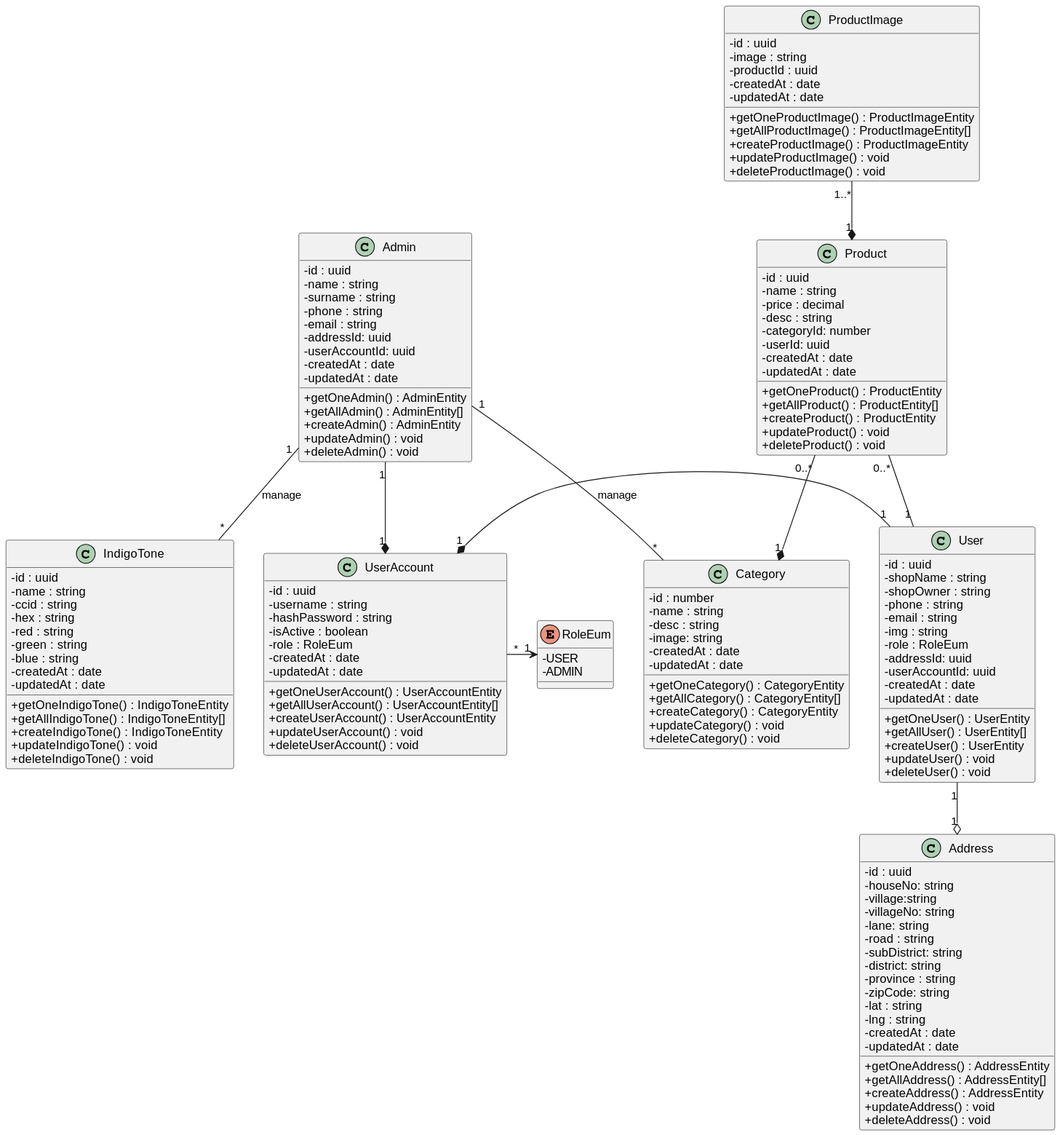
Earlier version of the PlantUML export class-diagram.svg (billowdev/quick-access-sa). The source it was exported from:
```plantuml
@startuml
!define VAR_SCALE 4
scale VAR_SCALE


skinparam classAttributeIconSize 0

class UserAccount {
    - id : uuid
    - username : string
    - hashPassword : string
    - isActive : boolean
    - role : RoleEum
    - createdAt : date
    - updatedAt : date

    + getOneUserAccount() : UserAccountEntity
    + getAllUserAccount() : UserAccountEntity[]
    + createUserAccount() : UserAccountEntity
    + updateUserAccount() : void
    + deleteUserAccount() : void
}

class Admin {
    - id : uuid
    - name : string
    - surname : string
    - phone : string
    - email : string
    - addressId: uuid
    - userAccountId: uuid
    - createdAt : date
    - updatedAt : date

    + getOneAdmin() : AdminEntity
    + getAllAdmin() : AdminEntity[]
    + createAdmin() : AdminEntity
    + updateAdmin() : void
    + deleteAdmin() : void
}

class User {
    - id : uuid
    - shopName : string
    - shopOwner : string
    - phone : string
    - email : string
    - img : string
    - role : RoleEum
    - addressId: uuid
    - userAccountId: uuid
    - createdAt : date
    - updatedAt : date

    + getOneUser() : UserEntity
    + getAllUser() : UserEntity[]
    + createUser() : UserEntity
    + updateUser() : void
    + deleteUser() : void
}

enum RoleEum {
    - USER
    - ADMIN
}

class Address {
    - id : uuid
    - houseNo: string
    - village:string
    - villageNo: string
    - lane: string
    - road : string
    - subDistrict: string
    - district: string
    - province : string
    - zipCode: string
    - lat : string
    - lng : string
    - createdAt : date
    - updatedAt : date

    + getOneAddress() : AddressEntity
    + getAllAddress() : AddressEntity[]
    + createAddress() : AddressEntity
    + updateAddress() : void
    + deleteAddress() : void
}

class Product {
    - id : uuid
    - name : string
    - price : decimal
    - desc : string
    - categoryId: number
    - userId: uuid
    - createdAt : date
    - updatedAt : date

    + getOneProduct() : ProductEntity
    + getAllProduct() : ProductEntity[]
    + createProduct() : ProductEntity
    + updateProduct() : void
    + deleteProduct() : void
}

class ProductImage {
    - id : uuid
    - image : string
    - productId : uuid
    - createdAt : date
    - updatedAt : date

    + getOneProductImage() : ProductImageEntity
    + getAllProductImage() : ProductImageEntity[]
    + createProductImage() : ProductImageEntity
    + updateProductImage() : void
    + deleteProductImage() : void
}

class Category {
    - id : number
    - name : string
    - desc : string
    - image: string
    - createdAt : date
    - updatedAt : date

    + getOneCategory() : CategoryEntity
    + getAllCategory() : CategoryEntity[]
    + createCategory() : CategoryEntity
    + updateCategory() : void
    + deleteCategory() : void
}


class IndigoTone {
    - id : uuid
    - name : string
    - ccid : string
    - hex : string
    - red : string
    - green : string
    - blue : string
    - createdAt : date
    - updatedAt : date

    + getOneIndigoTone() : IndigoToneEntity
    + getAllIndigoTone() : IndigoToneEntity[]
    + createIndigoTone() : IndigoToneEntity
    + updateIndigoTone() : void
    + deleteIndigoTone() : void
}


UserAccount "*" -right-> "1" RoleEum

User "1" --o "1" Address
User "1" -left-* "1" UserAccount

Product "0..*" -- "1" User

Admin "1" --* "1" UserAccount

Admin "1" -- "*" IndigoTone : "manage"
Admin "1" -- "*" Category : "manage"

Product "0..*" --* "1" Category
ProductImage "1..*" --* "1" Product



@enduml
```
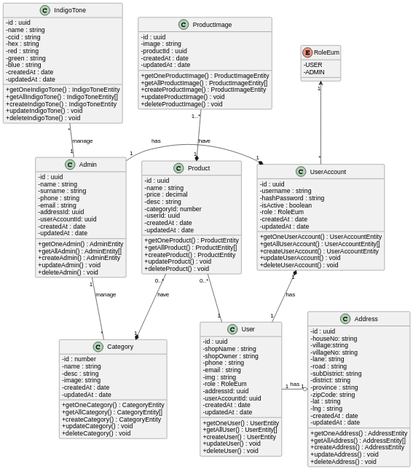
After the change.

Diff of the diagram source:
```diff
@@ -153,20 +153,20 @@
 }
 
 
-UserAccount "*" -right-> "1" RoleEum
+UserAccount "*" -up-> "1" RoleEum
 
-User "1" --o "1" Address
-User "1" -left-* "1" UserAccount
+User "1" -right-o "1" Address : "has"
+User "1" -left-* "1" UserAccount : "has"
 
 Product "0..*" -- "1" User
 
-Admin "1" --* "1" UserAccount
+Admin "1" -right-* "1" UserAccount : "has"
 
-Admin "1" -- "*" IndigoTone : "manage"
+Admin "1" -up- "*" IndigoTone : "manage"
 Admin "1" -- "*" Category : "manage"
 
-Product "0..*" --* "1" Category
-ProductImage "1..*" --* "1" Product
+Product "0..*" --* "1" Category : "have"
+ProductImage "1..*" --* "1" Product : "have"
 
 
 
```
